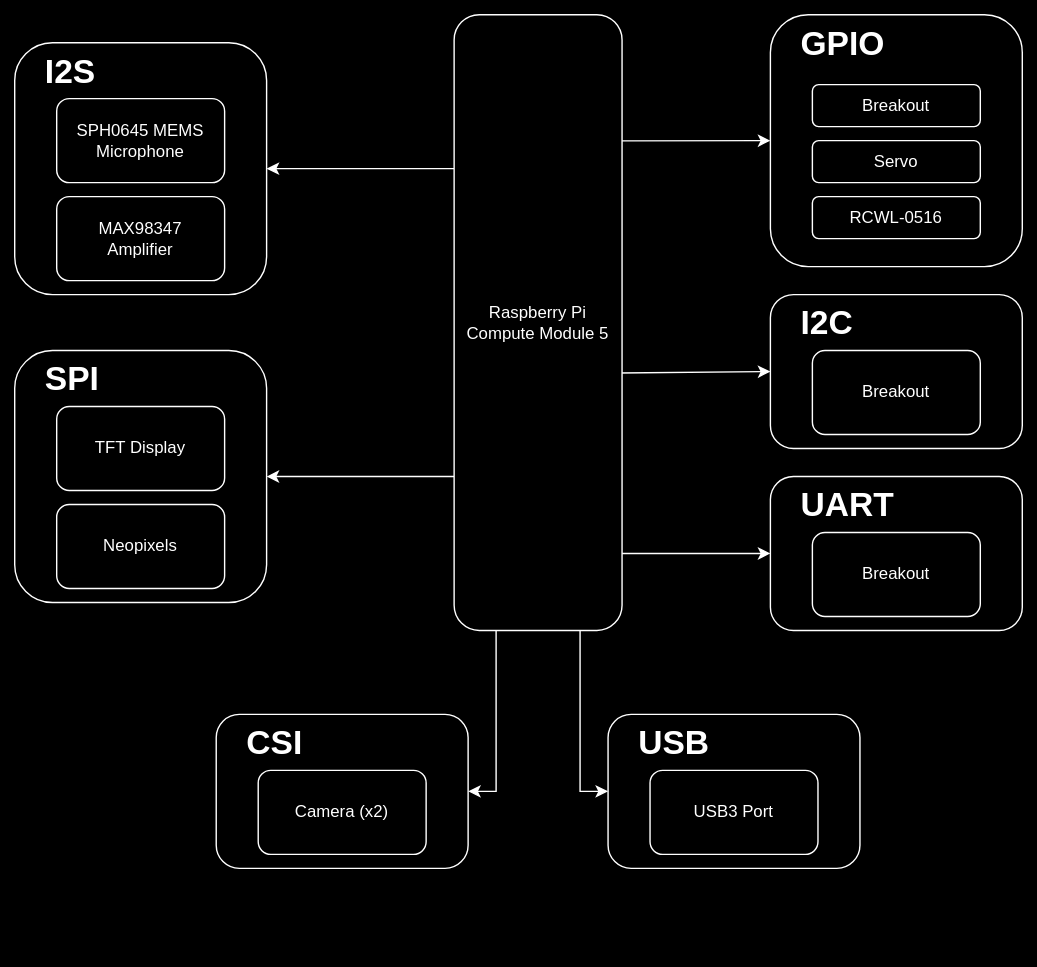
Above: circuits/CM5 Modules.drawio.svg in makerforgetech/modular-biped (draw.io), before the change. Source tidied: cells renumbered, new cells last; positions are measured from the earlier drawing's top-left corner, leaving out a move shared by most shapes.
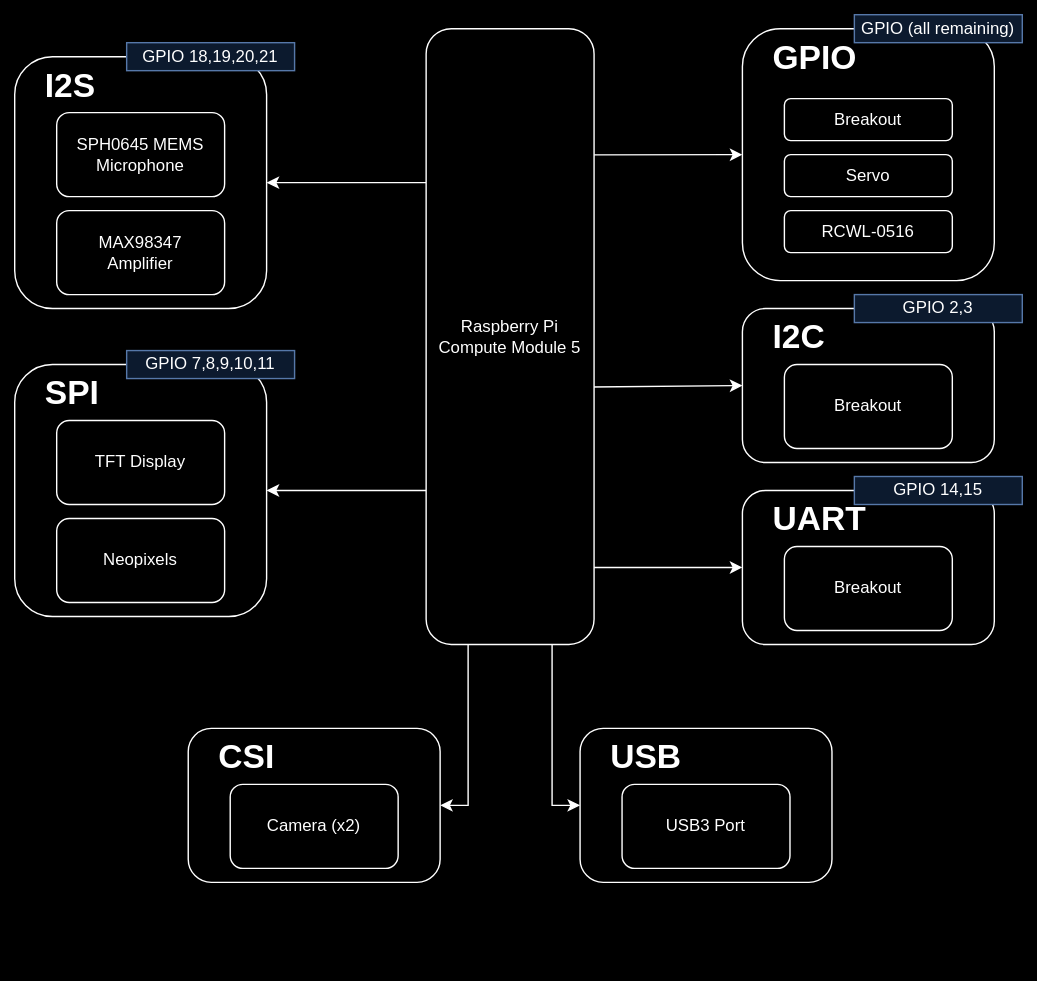
Above is the later version.

Change to the diagram source:
```diff
@@ -57,7 +57,7 @@
       <mxGeometry x="560" y="330" width="70" height="40" as="geometry" />
     </mxCell>
     <mxCell id="20" style="group;" parent="1" vertex="1">
-      <mxGeometry y="240" width="180" height="180" as="geometry" />
+      <mxGeometry x="20" y="240" width="180" height="180" as="geometry" />
     </mxCell>
     <mxCell id="21" style="rounded=1;whiteSpace=wrap;html=1;" parent="20" vertex="1">
       <mxGeometry width="180" height="180" as="geometry" />
@@ -72,7 +72,7 @@
       <mxGeometry x="20" width="50" height="40" as="geometry" />
     </mxCell>
     <mxCell id="25" style="group;" parent="1" vertex="1">
-      <mxGeometry y="20" width="180" height="180" as="geometry" />
+      <mxGeometry x="20" y="20" width="190" height="180" as="geometry" />
     </mxCell>
     <mxCell id="26" style="rounded=1;whiteSpace=wrap;html=1;" parent="25" vertex="1">
       <mxGeometry width="180" height="180" as="geometry" />
@@ -110,5 +110,20 @@
     <mxCell id="37" value="Servo" style="rounded=1;whiteSpace=wrap;html=1;" parent="1" vertex="1">
       <mxGeometry x="570" y="90" width="120" height="30" as="geometry" />
     </mxCell>
+    <mxCell id="38" value="GPIO 7,8,9,10,11" style="rounded=0;whiteSpace=wrap;html=1;fillColor=#dae8fc;strokeColor=#6c8ebf;" parent="1" vertex="1">
+      <mxGeometry x="100" y="230" width="120" height="20" as="geometry" />
+    </mxCell>
+    <mxCell id="39" value="GPIO 2,3" style="rounded=0;whiteSpace=wrap;html=1;fillColor=#dae8fc;strokeColor=#6c8ebf;" parent="1" vertex="1">
+      <mxGeometry x="620" y="190" width="120" height="20" as="geometry" />
+    </mxCell>
+    <mxCell id="40" value="GPIO 14,15" style="rounded=0;whiteSpace=wrap;html=1;fillColor=#dae8fc;strokeColor=#6c8ebf;" parent="1" vertex="1">
+      <mxGeometry x="620" y="320" width="120" height="20" as="geometry" />
+    </mxCell>
+    <mxCell id="41" value="GPIO 18,19,20,21" style="rounded=0;whiteSpace=wrap;html=1;fillColor=#dae8fc;strokeColor=#6c8ebf;" parent="1" vertex="1">
+      <mxGeometry x="100" y="10" width="120" height="20" as="geometry" />
+    </mxCell>
+    <mxCell id="42" value="GPIO (all remaining)" style="rounded=0;whiteSpace=wrap;html=1;fillColor=#dae8fc;strokeColor=#6c8ebf;" parent="1" vertex="1">
+      <mxGeometry x="620" y="-10" width="120" height="20" as="geometry" />
+    </mxCell>
   </root>
 </mxGraphModel>
```
